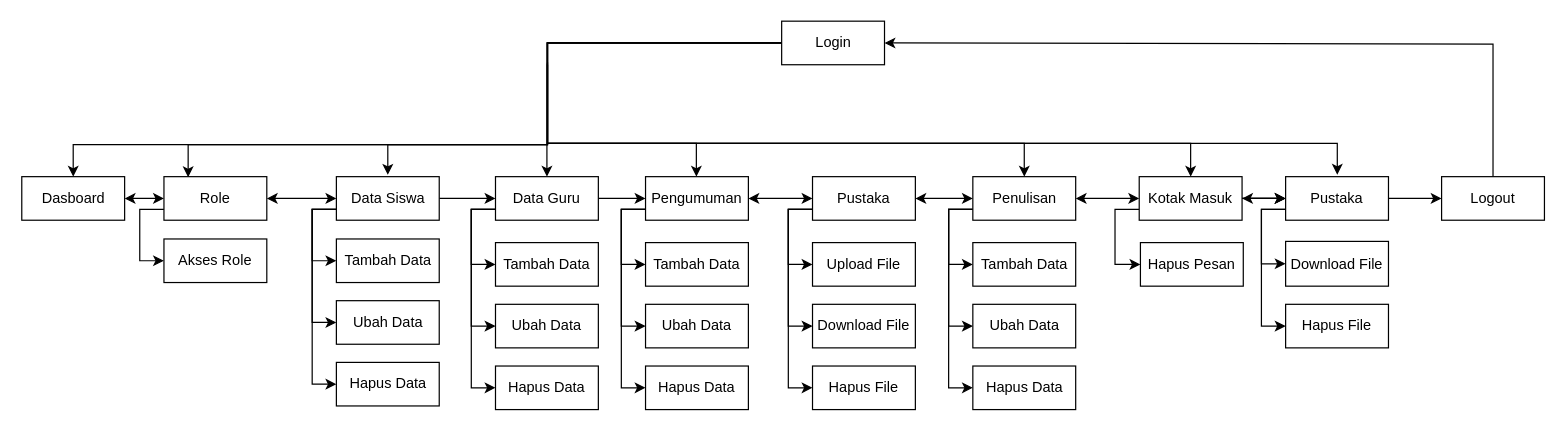
This is page "Page-3" (3 of 4) of Untitled Diagram.drawio from aldonicolaz/siakad-petrus, a draw.io file, before an edit. Source tidied: cells renumbered, new cells numbered last; positions are measured from the earlier drawing's top-left corner, leaving out a move shared by most shapes. Both pictures are drawn from the tidied source at 121%, with x=0, y=0 at pixel (22, 21).
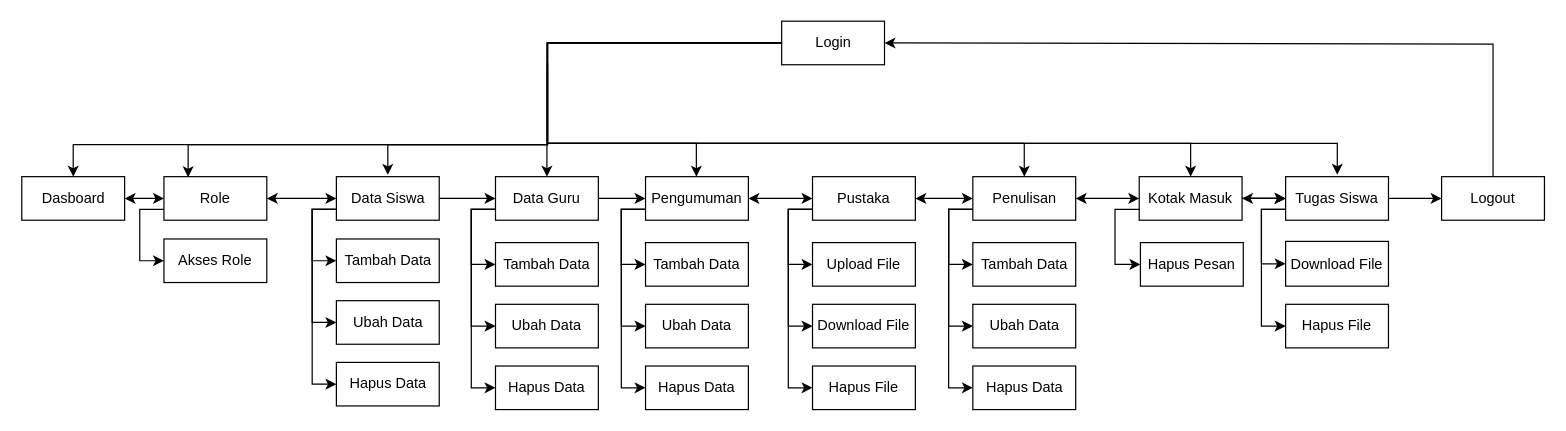
Above is the later version.

Change to the diagram source:
```diff
@@
-    <mxCell id="66" value="Pustaka" style="rounded=0;whiteSpace=wrap;html=1;strokeWidth=1;" parent="1" vertex="1">
+    <mxCell id="66" value="Tugas Siswa" style="rounded=0;whiteSpace=wrap;html=1;strokeWidth=1;" parent="1" vertex="1">
       <mxGeometry x="1044" y="128.5" width="85" height="36" as="geometry" />
     </mxCell>
```
